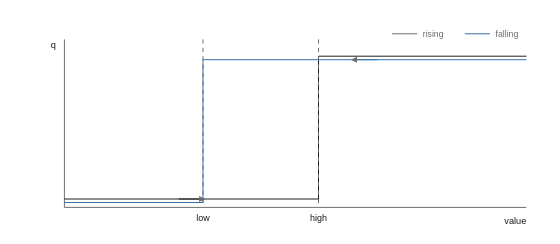
Earlier version of the draw.io export images/logic/block_Hysteresis.drawio.svg (pstch/botanik2). Source tidied: cells renumbered, new cells last; positions are measured from the earlier drawing's top-left corner, leaving out a move shared by most shapes.
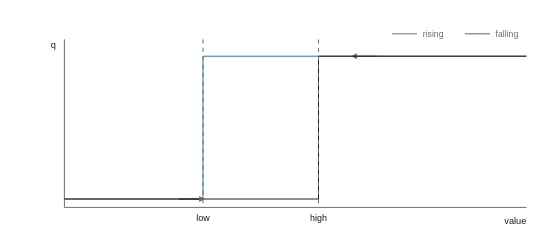
After the commit.

The edit, as a diff of the source:
```diff
@@ -17,36 +17,36 @@
     <mxCell id="4" value="value" style="text;html=1;fontSize=6;fontColor=#1a1a1a;align=left;" parent="1" vertex="1">
       <mxGeometry x="336" y="133.4" width="40" height="10.6" as="geometry" />
     </mxCell>
-    <mxCell id="5" style="edgeStyle=none;html=1;strokeColor=#1a1a1a;endArrow=none;" parent="1" edge="1">
+    <mxCell id="5" style="edgeStyle=none;html=1;strokeColor=#2f6fae;endArrow=none;" parent="1" edge="1">
       <mxGeometry relative="1" as="geometry">
-        <mxPoint x="6" y="122" as="sourcePoint" />
-        <mxPoint x="336" y="20" as="targetPoint" />
+        <mxPoint x="336" y="20" as="sourcePoint" />
+        <mxPoint x="6" y="122" as="targetPoint" />
         <Array as="points">
-          <mxPoint x="187.5" y="122" />
-          <mxPoint x="187.5" y="20" />
+          <mxPoint x="105" y="20" />
+          <mxPoint x="105" y="122" />
         </Array>
       </mxGeometry>
     </mxCell>
-    <mxCell id="6" style="edgeStyle=none;html=1;strokeColor=#1a1a1a;endArrow=block;" parent="1" edge="1">
+    <mxCell id="6" style="edgeStyle=none;html=1;strokeColor=#2f6fae;endArrow=block;" parent="1" edge="1">
       <mxGeometry relative="1" as="geometry">
-        <mxPoint x="87.8" y="122" as="sourcePoint" />
-        <mxPoint x="105.8" y="122" as="targetPoint" />
+        <mxPoint x="229.5" y="20" as="sourcePoint" />
+        <mxPoint x="211.5" y="20" as="targetPoint" />
       </mxGeometry>
     </mxCell>
-    <mxCell id="7" style="edgeStyle=none;html=1;strokeColor=#2f6fae;endArrow=none;" parent="1" edge="1">
+    <mxCell id="7" style="edgeStyle=none;html=1;strokeColor=#1a1a1a;endArrow=none;" parent="1" edge="1">
       <mxGeometry relative="1" as="geometry">
-        <mxPoint x="336" y="22.5" as="sourcePoint" />
-        <mxPoint x="6" y="124.5" as="targetPoint" />
+        <mxPoint x="6" y="122" as="sourcePoint" />
+        <mxPoint x="336" y="20" as="targetPoint" />
         <Array as="points">
-          <mxPoint x="105" y="22.5" />
-          <mxPoint x="105" y="124.5" />
+          <mxPoint x="187.5" y="122" />
+          <mxPoint x="187.5" y="20" />
         </Array>
       </mxGeometry>
     </mxCell>
-    <mxCell id="8" style="edgeStyle=none;html=1;strokeColor=#2f6fae;endArrow=block;" parent="1" edge="1">
+    <mxCell id="8" style="edgeStyle=none;html=1;strokeColor=#1a1a1a;endArrow=block;" parent="1" edge="1">
       <mxGeometry relative="1" as="geometry">
-        <mxPoint x="229.5" y="22.5" as="sourcePoint" />
-        <mxPoint x="211.5" y="22.5" as="targetPoint" />
+        <mxPoint x="87.8" y="122" as="sourcePoint" />
+        <mxPoint x="105.8" y="122" as="targetPoint" />
       </mxGeometry>
     </mxCell>
     <mxCell id="9" style="edgeStyle=none;html=1;strokeColor=#6b6b6b;endArrow=none;" parent="1" edge="1">
```
